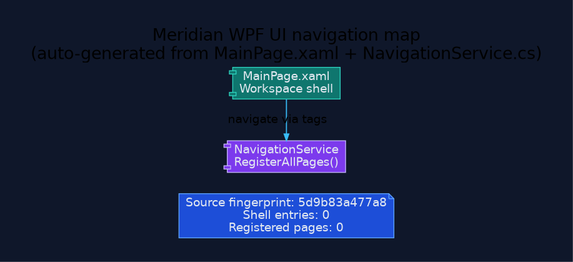
Before: docs/diagrams/ui-navigation-map.png, a diagram exported from Graphviz (rodoHasArrived/Meridian-main). Its source is kept beside it as docs/diagrams/ui-navigation-map.dot.
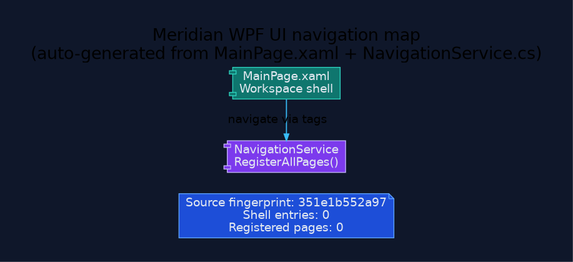
After the commit.

What changed in the source:
```diff
@@ -13,7 +13,7 @@
   node [fontname="Segoe UI", shape=box, style="rounded,filled", color="#475569", fontcolor="#e2e8f0", fillcolor="#1e293b"];
   edge [fontname="Segoe UI", color="#94a3b8", penwidth=1.3, arrowsize=0.8];
 
-  generated [shape=note, fillcolor="#1d4ed8", color="#60a5fa", label="Source fingerprint: 5d9b83a477a8\nShell entries: 0\nRegistered pages: 0"];
+  generated [shape=note, fillcolor="#1d4ed8", color="#60a5fa", label="Source fingerprint: 351e1b552a97\nShell entries: 0\nRegistered pages: 0"];
   shell [shape=component, fillcolor="#0f766e", color="#2dd4bf", label="MainPage.xaml\nWorkspace shell"];
   navigation [shape=component, fillcolor="#7c3aed", color="#c4b5fd", label="NavigationService\nRegisterAllPages()"];
   shell -> navigation [label="navigate via tags", color="#38bdf8"];
```
